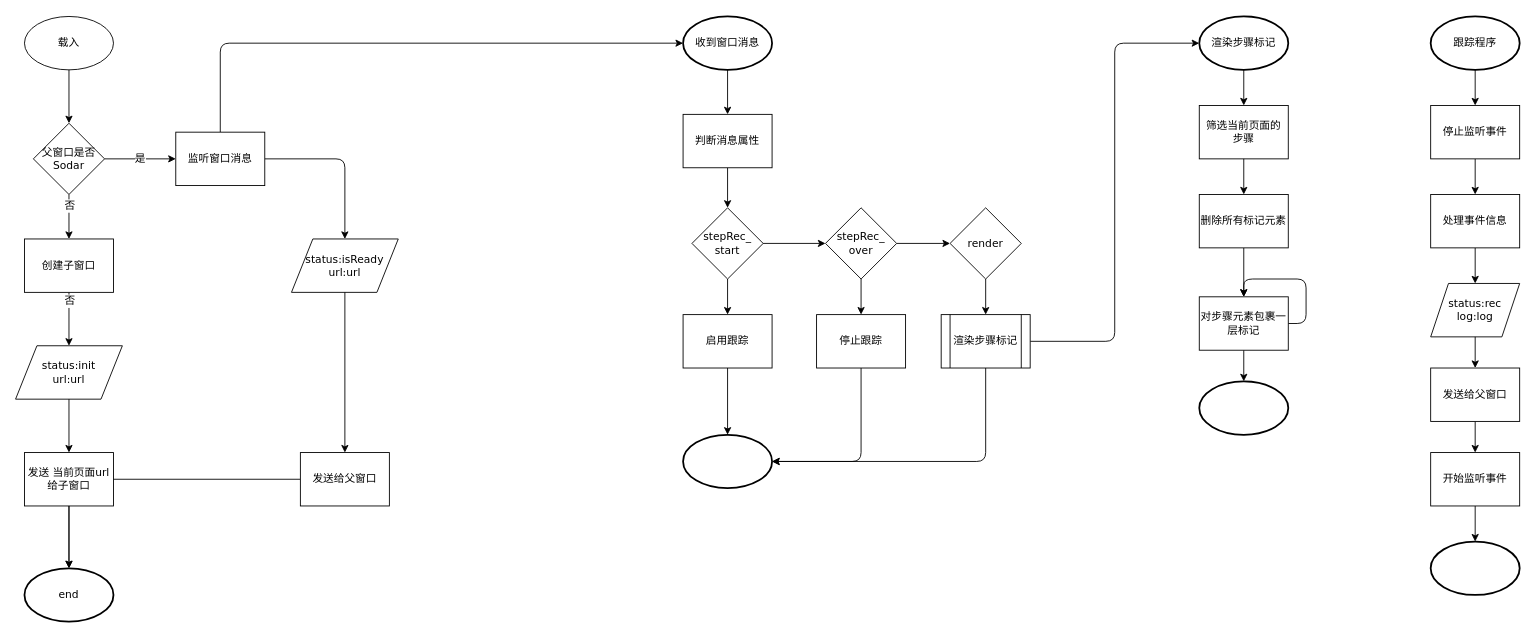
onlyzlc/prototester keeps this draw.io diagram as page "monitor.js" (2 of 11) of design/sodar_design.drawio. Above is the earlier version. Source tidied: cells renumbered, new cells numbered last; positions are measured from the earlier drawing's top-left corner, leaving out a move shared by most shapes. Both pictures are drawn from the tidied source at 89%, with x=0, y=0 at pixel (15, 16).
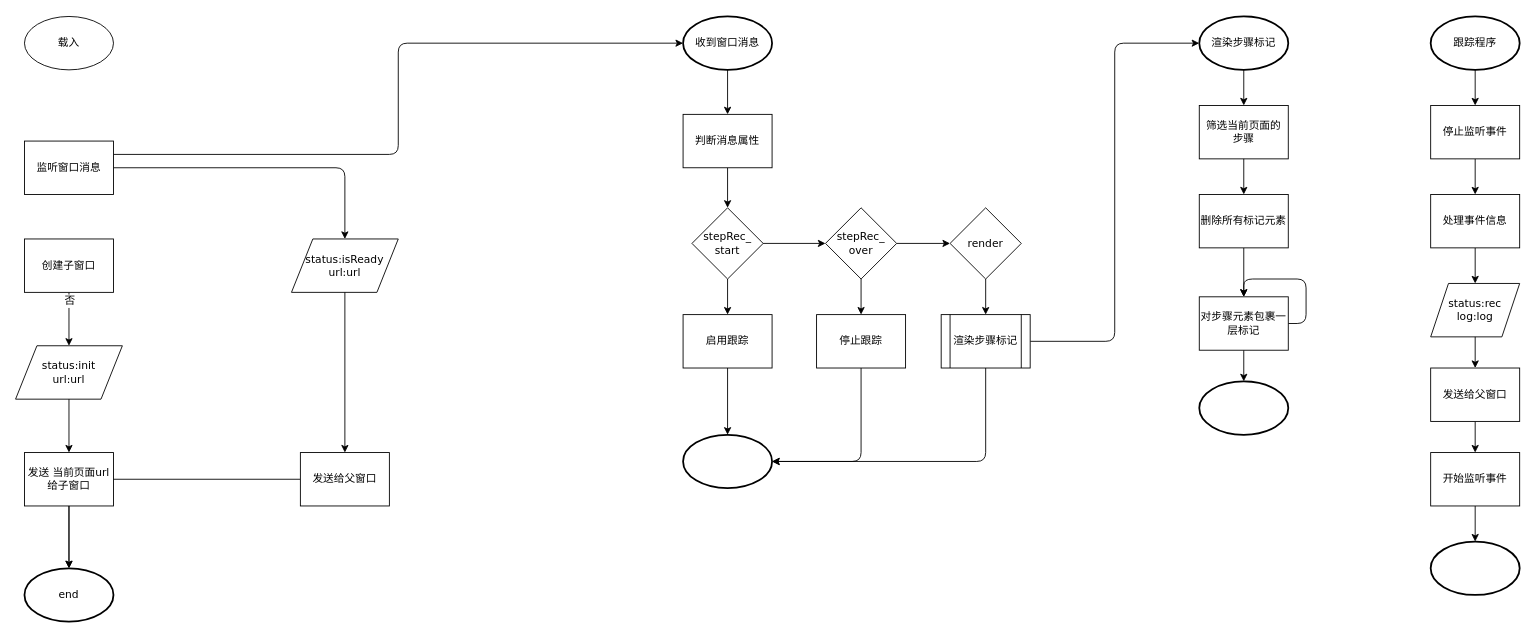
The same diagram, later.

The change refers to these unchanged cells:
```xml
<mxCell id="2" value="载入" style="strokeWidth=1;html=1;shape=mxgraph.flowchart.start_1;whiteSpace=wrap;shadow=0;fontFamily=Verdana;fontSize=12;fontColor=#000000;align=center;strokeColor=#000000;fillColor=#ffffff;" parent="1" vertex="1">
  <mxGeometry x="10" width="100" height="60" as="geometry" />
</mxCell>
<mxCell id="22" value="&lt;span style=&quot;white-space: normal&quot;&gt;收到窗口消息&lt;/span&gt;" style="strokeWidth=2;html=1;shape=mxgraph.flowchart.start_1;whiteSpace=wrap;rounded=0;shadow=0;fontFamily=Verdana;" parent="1" vertex="1">
  <mxGeometry x="750" width="100" height="60" as="geometry" />
</mxCell>
<mxCell id="62" value="创建子窗口" style="rounded=0;whiteSpace=wrap;html=1;shadow=0;labelBackgroundColor=none;strokeWidth=1;fontFamily=Verdana;fontSize=12;align=center;" parent="1" vertex="1">
  <mxGeometry x="10" y="250" width="100" height="60" as="geometry" />
</mxCell>
```

Change to the diagram source:
```diff
@@
-    <mxCell id="4" value="是" style="edgeStyle=orthogonalEdgeStyle;jettySize=auto;html=1;exitX=1;exitY=0.5;exitDx=0;exitDy=0;fontSize=12;" parent="1" edge="1" source="5" target="14">
-      <mxGeometry relative="1" as="geometry" />
-    </mxCell>
-    <mxCell id="5" value="父窗口是否&lt;br&gt;Sodar" style="rhombus;whiteSpace=wrap;html=1;rounded=0;shadow=0;strokeWidth=1;fontFamily=Verdana;" parent="1" vertex="1">
-      <mxGeometry x="20" y="120" width="80" height="80" as="geometry" />
-    </mxCell>
@@
-    <mxCell id="9" style="edgeStyle=orthogonalEdgeStyle;rounded=1;jettySize=auto;html=1;exitX=0.5;exitY=1;exitDx=0;exitDy=0;entryX=0.5;entryY=0;entryDx=0;entryDy=0;fontFamily=Verdana;fontSize=12;" parent="1" edge="1" source="2" target="5">
-      <mxGeometry relative="1" as="geometry" />
-    </mxCell>
@@
-    <mxCell id="13" style="edgeStyle=orthogonalEdgeStyle;jettySize=auto;html=1;exitX=0.5;exitY=0;exitDx=0;exitDy=0;entryX=0;entryY=0.5;entryDx=0;entryDy=0;entryPerimeter=0;fontSize=12;" parent="1" edge="1" source="14" target="22">
+    <mxCell id="13" style="edgeStyle=orthogonalEdgeStyle;jettySize=auto;html=1;exitX=1;exitY=0.25;exitDx=0;exitDy=0;entryX=0;entryY=0.5;entryDx=0;entryDy=0;entryPerimeter=0;fontSize=12;" parent="1" edge="1" source="14" target="22">
       <mxGeometry relative="1" as="geometry" />
     </mxCell>
     <mxCell id="14" value="监听窗口消息" style="rounded=0;whiteSpace=wrap;html=1;shadow=0;labelBackgroundColor=none;strokeWidth=1;fontFamily=Verdana;fontSize=12;align=center;" parent="1" vertex="1">
-      <mxGeometry x="180" y="130" width="100" height="60" as="geometry" />
+      <mxGeometry x="10" y="140" width="100" height="60" as="geometry" />
     </mxCell>
@@
-    <mxCell id="63" style="edgeStyle=orthogonalEdgeStyle;jettySize=auto;html=1;entryX=0.5;entryY=0;entryDx=0;entryDy=0;entryPerimeter=0;" parent="1" edge="1" source="5" target="62">
-      <mxGeometry relative="1" as="geometry" />
-    </mxCell>
-    <mxCell id="64" value="否" style="text;html=1;align=center;verticalAlign=middle;labelBackgroundColor=#ffffff;" parent="63" vertex="1">
-      <mxGeometry x="-0.93" y="4" relative="1" as="geometry">
-        <mxPoint x="-4" y="10" as="offset" />
-      </mxGeometry>
-    </mxCell>
```
